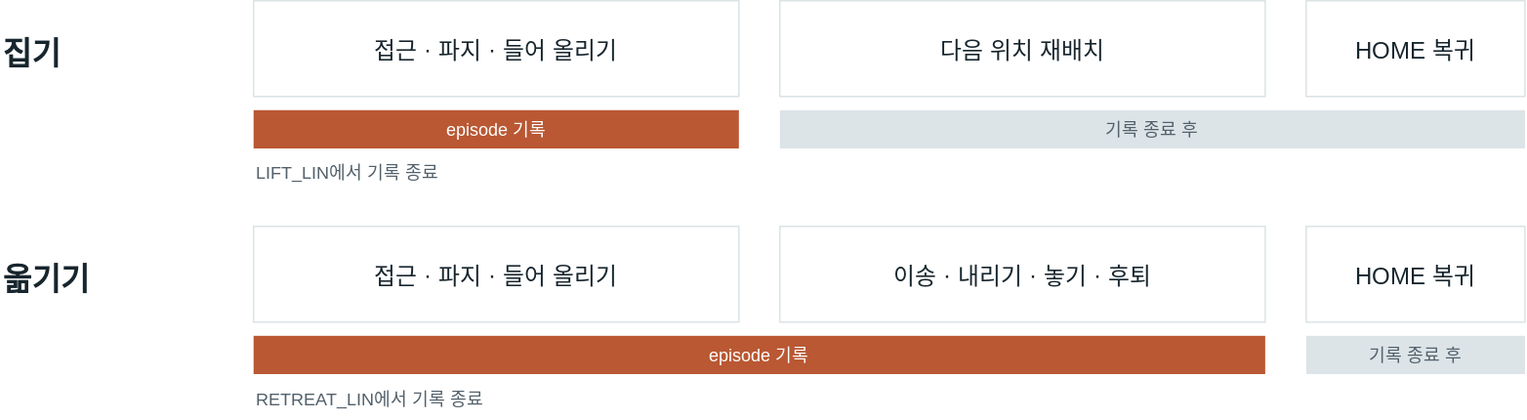
This is docs/portfolio/recording-phases.drawio.svg from hasemu1211/fr5-lerobot-connector, a draw.io export, as it was before one commit. Source tidied: cells renumbered, new cells last; positions are measured from the earlier drawing's top-left corner, leaving out a move shared by most shapes. Source of this version:
```xml
<mxGraphModel background="#f7f9fa">
  <root>
    <mxCell id="0" />
    <mxCell id="1" parent="0" />
    <mxCell id="2" value="집기" style="html=0;fontFamily=Noto Sans CJK KR;fontColor=#17252d;fontSize=17;text;strokeColor=none;fillColor=none;align=left;fontSize=23;fontStyle=1;" parent="1" vertex="1">
      <mxGeometry y="18" width="170" height="40" as="geometry" />
    </mxCell>
    <mxCell id="3" value="접근 · 파지 · 들어 올리기" style="html=0;fontFamily=Noto Sans CJK KR;fontColor=#17252d;fontSize=17;rounded=0;fillColor=#ffffff;strokeColor=#d9e1e4;" parent="1" vertex="1">
      <mxGeometry x="185" width="355" height="70" as="geometry" />
    </mxCell>
    <mxCell id="4" value="다음 위치 재배치" style="html=0;fontFamily=Noto Sans CJK KR;fontColor=#17252d;fontSize=17;rounded=0;fillColor=#ffffff;strokeColor=#d9e1e4;" parent="1" vertex="1">
      <mxGeometry x="570" width="355" height="70" as="geometry" />
    </mxCell>
    <mxCell id="5" value="HOME 복귀" style="html=0;fontFamily=Noto Sans CJK KR;fontColor=#17252d;fontSize=17;rounded=0;fillColor=#ffffff;strokeColor=#d9e1e4;" parent="1" vertex="1">
      <mxGeometry x="955" width="160" height="70" as="geometry" />
    </mxCell>
    <mxCell id="6" value="episode 기록" style="html=0;fontFamily=Noto Sans CJK KR;fontColor=#17252d;fontSize=17;rounded=0;strokeColor=none;fillColor=#b95833;fontColor=#ffffff;fontSize=13;" parent="1" vertex="1">
      <mxGeometry x="185" y="80" width="355" height="28" as="geometry" />
    </mxCell>
    <mxCell id="7" value="기록 종료 후" style="html=0;fontFamily=Noto Sans CJK KR;fontColor=#17252d;fontSize=17;rounded=0;strokeColor=none;fillColor=#dce4e8;fontColor=#52606b;fontSize=13;" parent="1" vertex="1">
      <mxGeometry x="570" y="80" width="545" height="28" as="geometry" />
    </mxCell>
    <mxCell id="8" value="LIFT_LIN에서 기록 종료" style="html=0;fontFamily=Noto Sans CJK KR;fontColor=#17252d;fontSize=17;text;strokeColor=none;fillColor=none;align=left;fontSize=13;fontColor=#52606b;" parent="1" vertex="1">
      <mxGeometry x="185" y="112" width="740" height="28" as="geometry" />
    </mxCell>
    <mxCell id="9" value="옮기기" style="html=0;fontFamily=Noto Sans CJK KR;fontColor=#17252d;fontSize=17;text;strokeColor=none;fillColor=none;align=left;fontSize=23;fontStyle=1;" parent="1" vertex="1">
      <mxGeometry y="183" width="170" height="40" as="geometry" />
    </mxCell>
    <mxCell id="10" value="접근 · 파지 · 들어 올리기" style="html=0;fontFamily=Noto Sans CJK KR;fontColor=#17252d;fontSize=17;rounded=0;fillColor=#ffffff;strokeColor=#d9e1e4;" parent="1" vertex="1">
      <mxGeometry x="185" y="165" width="355" height="70" as="geometry" />
    </mxCell>
    <mxCell id="11" value="이송 · 내리기 · 놓기 · 후퇴" style="html=0;fontFamily=Noto Sans CJK KR;fontColor=#17252d;fontSize=17;rounded=0;fillColor=#ffffff;strokeColor=#d9e1e4;" parent="1" vertex="1">
      <mxGeometry x="570" y="165" width="355" height="70" as="geometry" />
    </mxCell>
    <mxCell id="12" value="HOME 복귀" style="html=0;fontFamily=Noto Sans CJK KR;fontColor=#17252d;fontSize=17;rounded=0;fillColor=#ffffff;strokeColor=#d9e1e4;" parent="1" vertex="1">
      <mxGeometry x="955" y="165" width="160" height="70" as="geometry" />
    </mxCell>
    <mxCell id="13" value="episode 기록" style="html=0;fontFamily=Noto Sans CJK KR;fontColor=#17252d;fontSize=17;rounded=0;strokeColor=none;fillColor=#b95833;fontColor=#ffffff;fontSize=13;" parent="1" vertex="1">
      <mxGeometry x="185" y="245" width="740" height="28" as="geometry" />
    </mxCell>
    <mxCell id="14" value="기록 종료 후" style="html=0;fontFamily=Noto Sans CJK KR;fontColor=#17252d;fontSize=17;rounded=0;strokeColor=none;fillColor=#dce4e8;fontColor=#52606b;fontSize=13;" parent="1" vertex="1">
      <mxGeometry x="955" y="245" width="160" height="28" as="geometry" />
    </mxCell>
    <mxCell id="15" value="RETREAT_LIN에서 기록 종료" style="html=0;fontFamily=Noto Sans CJK KR;fontColor=#17252d;fontSize=17;text;strokeColor=none;fillColor=none;align=left;fontSize=13;fontColor=#52606b;" parent="1" vertex="1">
      <mxGeometry x="185" y="277" width="740" height="28" as="geometry" />
    </mxCell>
  </root>
</mxGraphModel>
```
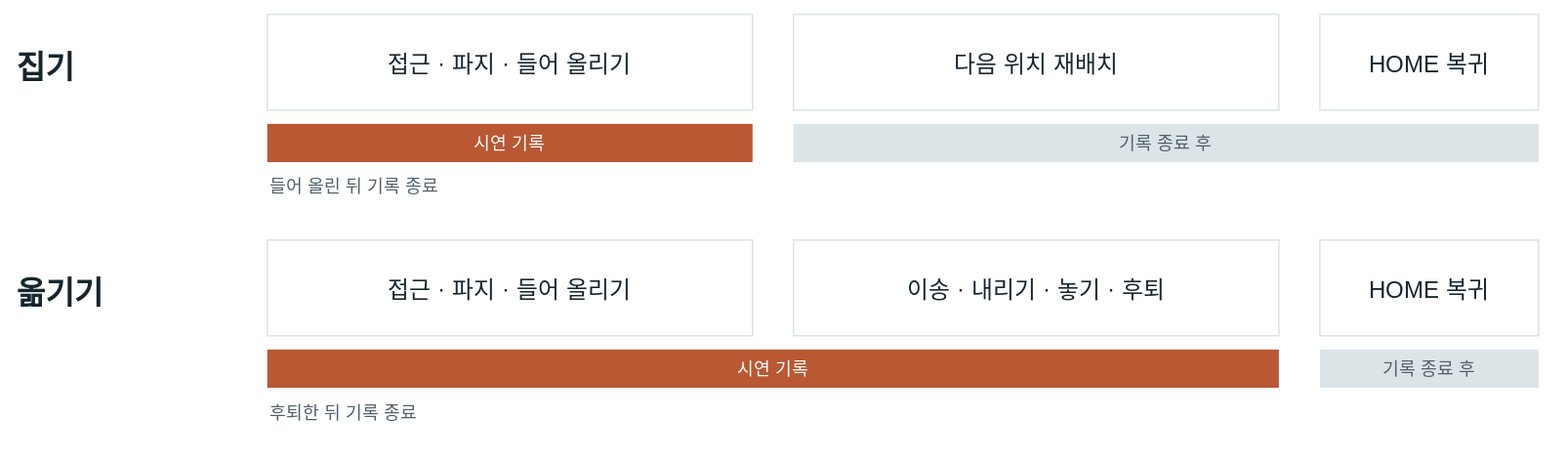
After the change.

Diff of the diagram source:
```diff
@@ -14,13 +14,13 @@
     <mxCell id="5" value="HOME 복귀" style="html=0;fontFamily=Noto Sans CJK KR;fontColor=#17252d;fontSize=17;rounded=0;fillColor=#ffffff;strokeColor=#d9e1e4;" parent="1" vertex="1">
       <mxGeometry x="955" width="160" height="70" as="geometry" />
     </mxCell>
-    <mxCell id="6" value="episode 기록" style="html=0;fontFamily=Noto Sans CJK KR;fontColor=#17252d;fontSize=17;rounded=0;strokeColor=none;fillColor=#b95833;fontColor=#ffffff;fontSize=13;" parent="1" vertex="1">
+    <mxCell id="6" value="시연 기록" style="html=0;fontFamily=Noto Sans CJK KR;fontColor=#17252d;fontSize=17;rounded=0;strokeColor=none;fillColor=#b95833;fontColor=#ffffff;fontSize=13;" parent="1" vertex="1">
       <mxGeometry x="185" y="80" width="355" height="28" as="geometry" />
     </mxCell>
     <mxCell id="7" value="기록 종료 후" style="html=0;fontFamily=Noto Sans CJK KR;fontColor=#17252d;fontSize=17;rounded=0;strokeColor=none;fillColor=#dce4e8;fontColor=#52606b;fontSize=13;" parent="1" vertex="1">
       <mxGeometry x="570" y="80" width="545" height="28" as="geometry" />
     </mxCell>
-    <mxCell id="8" value="LIFT_LIN에서 기록 종료" style="html=0;fontFamily=Noto Sans CJK KR;fontColor=#17252d;fontSize=17;text;strokeColor=none;fillColor=none;align=left;fontSize=13;fontColor=#52606b;" parent="1" vertex="1">
+    <mxCell id="8" value="들어 올린 뒤 기록 종료" style="html=0;fontFamily=Noto Sans CJK KR;fontColor=#17252d;fontSize=17;text;strokeColor=none;fillColor=none;align=left;fontSize=13;fontColor=#52606b;" parent="1" vertex="1">
       <mxGeometry x="185" y="112" width="740" height="28" as="geometry" />
     </mxCell>
     <mxCell id="9" value="옮기기" style="html=0;fontFamily=Noto Sans CJK KR;fontColor=#17252d;fontSize=17;text;strokeColor=none;fillColor=none;align=left;fontSize=23;fontStyle=1;" parent="1" vertex="1">
@@ -35,13 +35,13 @@
     <mxCell id="12" value="HOME 복귀" style="html=0;fontFamily=Noto Sans CJK KR;fontColor=#17252d;fontSize=17;rounded=0;fillColor=#ffffff;strokeColor=#d9e1e4;" parent="1" vertex="1">
       <mxGeometry x="955" y="165" width="160" height="70" as="geometry" />
     </mxCell>
-    <mxCell id="13" value="episode 기록" style="html=0;fontFamily=Noto Sans CJK KR;fontColor=#17252d;fontSize=17;rounded=0;strokeColor=none;fillColor=#b95833;fontColor=#ffffff;fontSize=13;" parent="1" vertex="1">
+    <mxCell id="13" value="시연 기록" style="html=0;fontFamily=Noto Sans CJK KR;fontColor=#17252d;fontSize=17;rounded=0;strokeColor=none;fillColor=#b95833;fontColor=#ffffff;fontSize=13;" parent="1" vertex="1">
       <mxGeometry x="185" y="245" width="740" height="28" as="geometry" />
     </mxCell>
     <mxCell id="14" value="기록 종료 후" style="html=0;fontFamily=Noto Sans CJK KR;fontColor=#17252d;fontSize=17;rounded=0;strokeColor=none;fillColor=#dce4e8;fontColor=#52606b;fontSize=13;" parent="1" vertex="1">
       <mxGeometry x="955" y="245" width="160" height="28" as="geometry" />
     </mxCell>
-    <mxCell id="15" value="RETREAT_LIN에서 기록 종료" style="html=0;fontFamily=Noto Sans CJK KR;fontColor=#17252d;fontSize=17;text;strokeColor=none;fillColor=none;align=left;fontSize=13;fontColor=#52606b;" parent="1" vertex="1">
+    <mxCell id="15" value="후퇴한 뒤 기록 종료" style="html=0;fontFamily=Noto Sans CJK KR;fontColor=#17252d;fontSize=17;text;strokeColor=none;fillColor=none;align=left;fontSize=13;fontColor=#52606b;" parent="1" vertex="1">
       <mxGeometry x="185" y="277" width="740" height="28" as="geometry" />
     </mxCell>
   </root>
```
